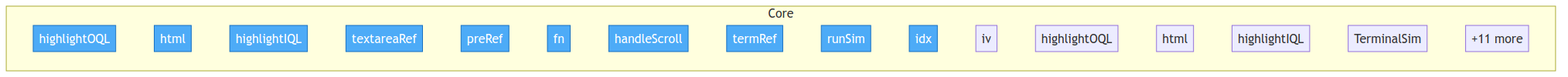
The Mermaid diagram project/flow.png in oqlos/www, before a commit. Its source is kept beside it as project/flow.mmd.
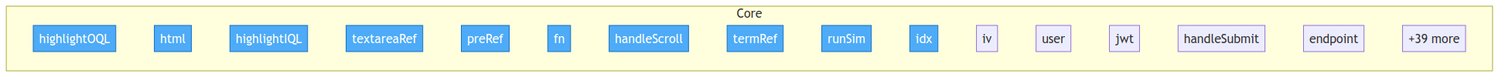
The same diagram one commit later.

Diff of the diagram source:
```diff
@@ -14,11 +14,11 @@
         src__components__TerminalSim__runSim["runSim"]
         src__components__TerminalSim__idx["idx"]
         src__components__TerminalSim__iv["iv"]
-        TODO__oqlos_landing__highlightOQL["highlightOQL"]
-        TODO__oqlos_landing__html["html"]
-        TODO__oqlos_landing__highlightIQL["highlightIQL"]
-        TODO__oqlos_landing__TerminalSim["TerminalSim"]
-        ...["+11 more"]
+        src__pages__NlpConsole__user["user"]
+        src__pages__NlpConsole__jwt["jwt"]
+        src__pages__NlpConsole__handleSubmit["handleSubmit"]
+        src__pages__NlpConsole__endpoint["endpoint"]
+        ...["+39 more"]
     end
 
     class src__components__CodeEditor__highlightOQL,src__components__CodeEditor__html,src__components__CodeEditor__highlightIQL,src__components__CodeEditor__textareaRef,src__components__CodeEditor__preRef,src__components__CodeEditor__fn,src__components__CodeEditor__handleScroll,src__components__TerminalSim__termRef,src__components__TerminalSim__runSim,src__components__TerminalSim__idx entry
```
